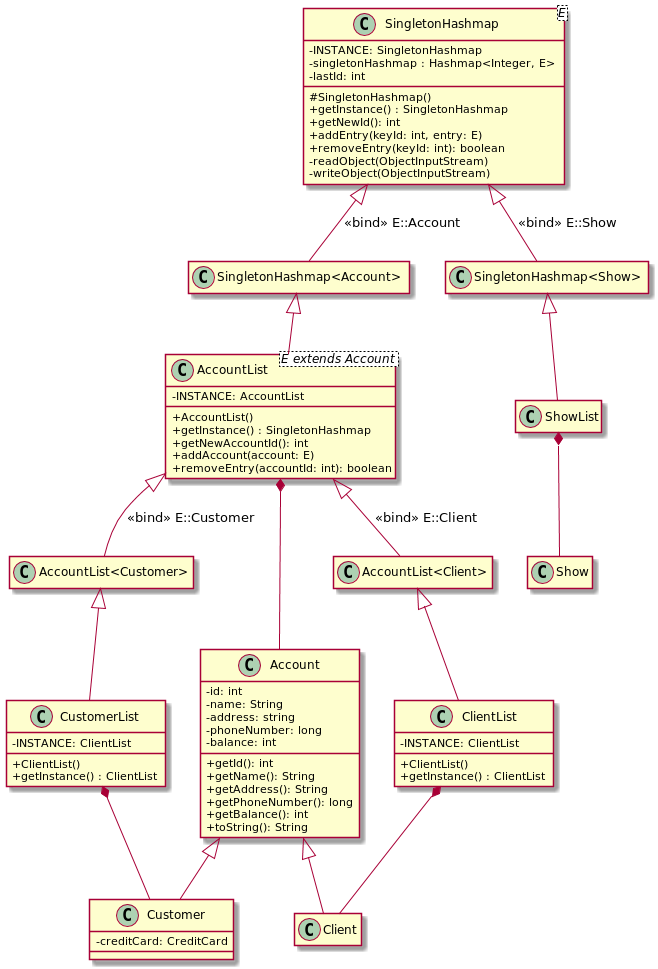
FreezeWarp/372Groupwork keeps this PlantUML diagram as src/UML.png. Above is the earlier version. Its diagram source:
```plantuml
@startuml

skinparam classAttributeIconSize 0
hide empty members

class SingletonHashmap<E> {
    -INSTANCE: SingletonHashmap
    -singletonHashmap : Hashmap<Integer, E>
    -lastId: int
    #SingletonHashmap()
    +getInstance() : SingletonHashmap
    +getNewId(): int
    +addEntry(keyId: int, entry: E)
    +removeEntry(keyId: int): boolean
    -readObject(ObjectInputStream)
    -writeObject(ObjectInputStream)
}

class AccountList<E extends Account> {
    -INSTANCE: AccountList
    +AccountList()
    +getInstance() : SingletonHashmap
    +getNewAccountId(): int
    +addAccount(account: E)
    +removeEntry(accountId: int): boolean
}

class ClientList {
    -INSTANCE: ClientList
    +ClientList()
    +getInstance() : ClientList
}

class CustomerList {
    -INSTANCE: ClientList
    +ClientList()
    +getInstance() : ClientList
}

class Account {
    -id: int
    -name: String
    -address: string
    -phoneNumber: long
    -balance: int
    +getId(): int
    +getName(): String
    +getAddress(): String
    +getPhoneNumber(): long
    +getBalance(): int
    +toString(): String
}

class Customer {
    -creditCard: CreditCard
}

SingletonHashmap <|-- "SingletonHashmap<Account>" : "«bind» E::Account"
SingletonHashmap <|-- "SingletonHashmap<Show>" : "«bind» E::Show"
"SingletonHashmap<Account>" <|-- AccountList
"SingletonHashmap<Show>" <|-- ShowList
AccountList <|-- "AccountList<Client>" : "«bind» E::Client"
AccountList <|-- "AccountList<Customer>" : "«bind» E::Customer"
"AccountList<Client>" <|-- ClientList
"AccountList<Customer>" <|-- CustomerList

Account <|-- Client
Account <|-- Customer

AccountList *-- Account
ClientList *-- Client
CustomerList *-- Customer
ShowList *-- Show

@enduml
```
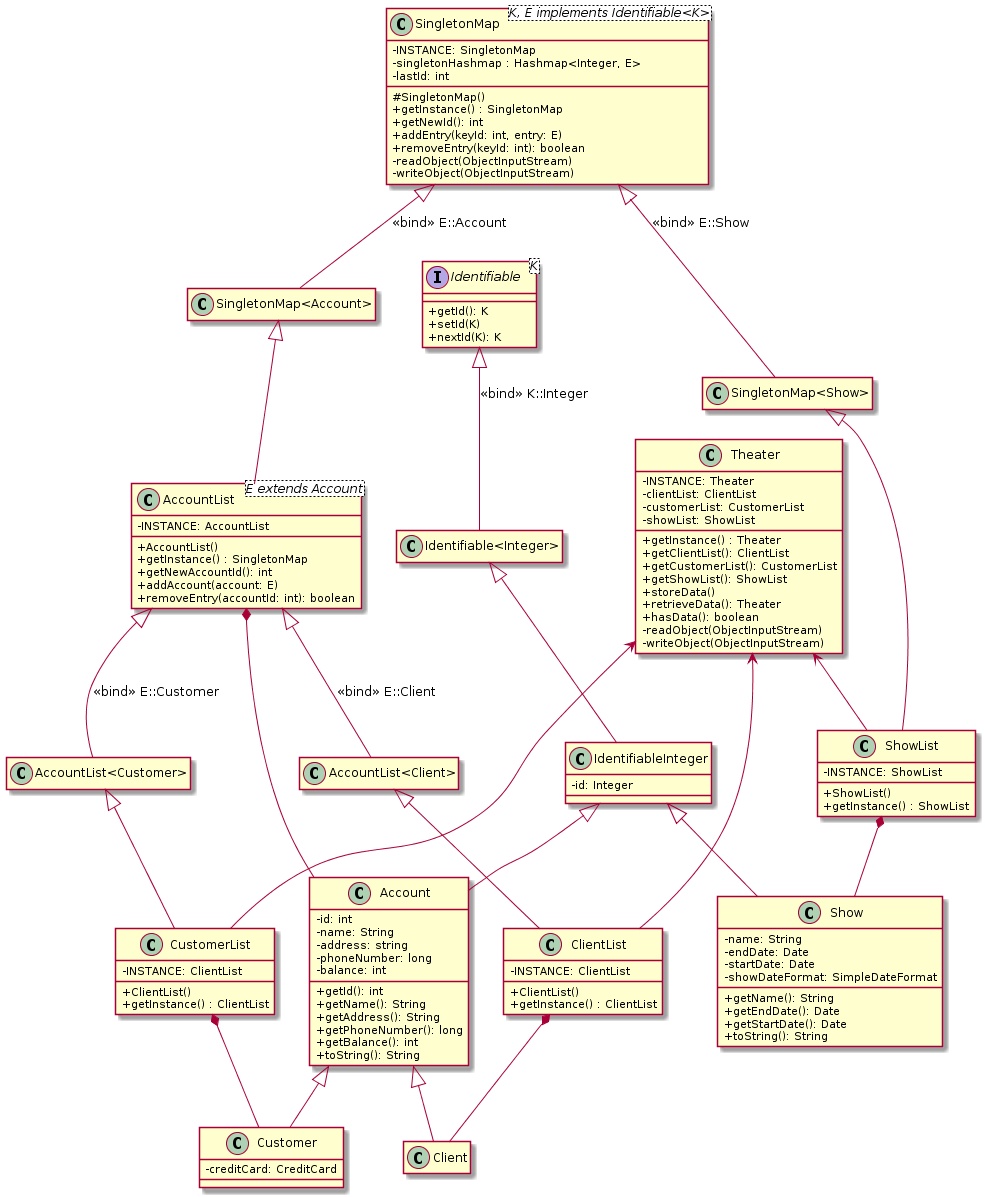
Above is the later version.

Commit message:
Update class diagram

Change to the diagram source:
```diff
@@ -3,12 +3,12 @@
 skinparam classAttributeIconSize 0
 hide empty members
 
-class SingletonHashmap<E> {
-    -INSTANCE: SingletonHashmap
+class SingletonMap<K, E implements Identifiable<K>> {
+    -INSTANCE: SingletonMap
     -singletonHashmap : Hashmap<Integer, E>
     -lastId: int
-    #SingletonHashmap()
-    +getInstance() : SingletonHashmap
+    #SingletonMap()
+    +getInstance() : SingletonMap
     +getNewId(): int
     +addEntry(keyId: int, entry: E)
     +removeEntry(keyId: int): boolean
@@ -19,7 +19,7 @@
 class AccountList<E extends Account> {
     -INSTANCE: AccountList
     +AccountList()
-    +getInstance() : SingletonHashmap
+    +getInstance() : SingletonMap
     +getNewAccountId(): int
     +addAccount(account: E)
     +removeEntry(accountId: int): boolean
@@ -35,6 +35,22 @@
     -INSTANCE: ClientList
     +ClientList()
     +getInstance() : ClientList
+}
+
+class ShowList {
+    -INSTANCE: ShowList
+    +ShowList()
+    +getInstance() : ShowList
+}
+
+interface Identifiable<K> {
+    +getId(): K
+    +setId(K)
+    +nextId(K): K
+}
+
+class IdentifiableInteger {
+    -id: Integer
 }
 
 class Account {
@@ -55,14 +71,50 @@
     -creditCard: CreditCard
 }
 
-SingletonHashmap <|-- "SingletonHashmap<Account>" : "«bind» E::Account"
-SingletonHashmap <|-- "SingletonHashmap<Show>" : "«bind» E::Show"
-"SingletonHashmap<Account>" <|-- AccountList
-"SingletonHashmap<Show>" <|-- ShowList
+class Show {
+    -name: String
+    -endDate: Date
+    -startDate: Date
+    -showDateFormat: SimpleDateFormat
+    +getName(): String
+    +getEndDate(): Date
+    +getStartDate(): Date
+    +toString(): String
+}
+
+class Theater {
+    -INSTANCE: Theater
+    -clientList: ClientList
+    -customerList: CustomerList
+    -showList: ShowList
+    +getInstance() : Theater
+    +getClientList(): ClientList
+    +getCustomerList(): CustomerList
+    +getShowList(): ShowList
+    +storeData()
+    +retrieveData(): Theater
+    +hasData(): boolean
+    -readObject(ObjectInputStream)
+    -writeObject(ObjectInputStream)
+}
+
+Theater <-- "ClientList"
+Theater <-- "CustomerList"
+Theater <-- "ShowList"
+
+"Identifiable" <|-- "Identifiable<Integer>" : "«bind» K::Integer"
+"Identifiable<Integer>" <|-- "IdentifiableInteger"
+SingletonMap <|-- "SingletonMap<Account>" : "«bind» E::Account"
+SingletonMap <|-- "SingletonMap<Show>" : "«bind» E::Show"
+"SingletonMap<Account>" <|-- AccountList
+"SingletonMap<Show>" <|-- ShowList
 AccountList <|-- "AccountList<Client>" : "«bind» E::Client"
 AccountList <|-- "AccountList<Customer>" : "«bind» E::Customer"
 "AccountList<Client>" <|-- ClientList
 "AccountList<Customer>" <|-- CustomerList
+
+IdentifiableInteger <|-- Account
+IdentifiableInteger <|-- Show
 
 Account <|-- Client
 Account <|-- Customer
```
